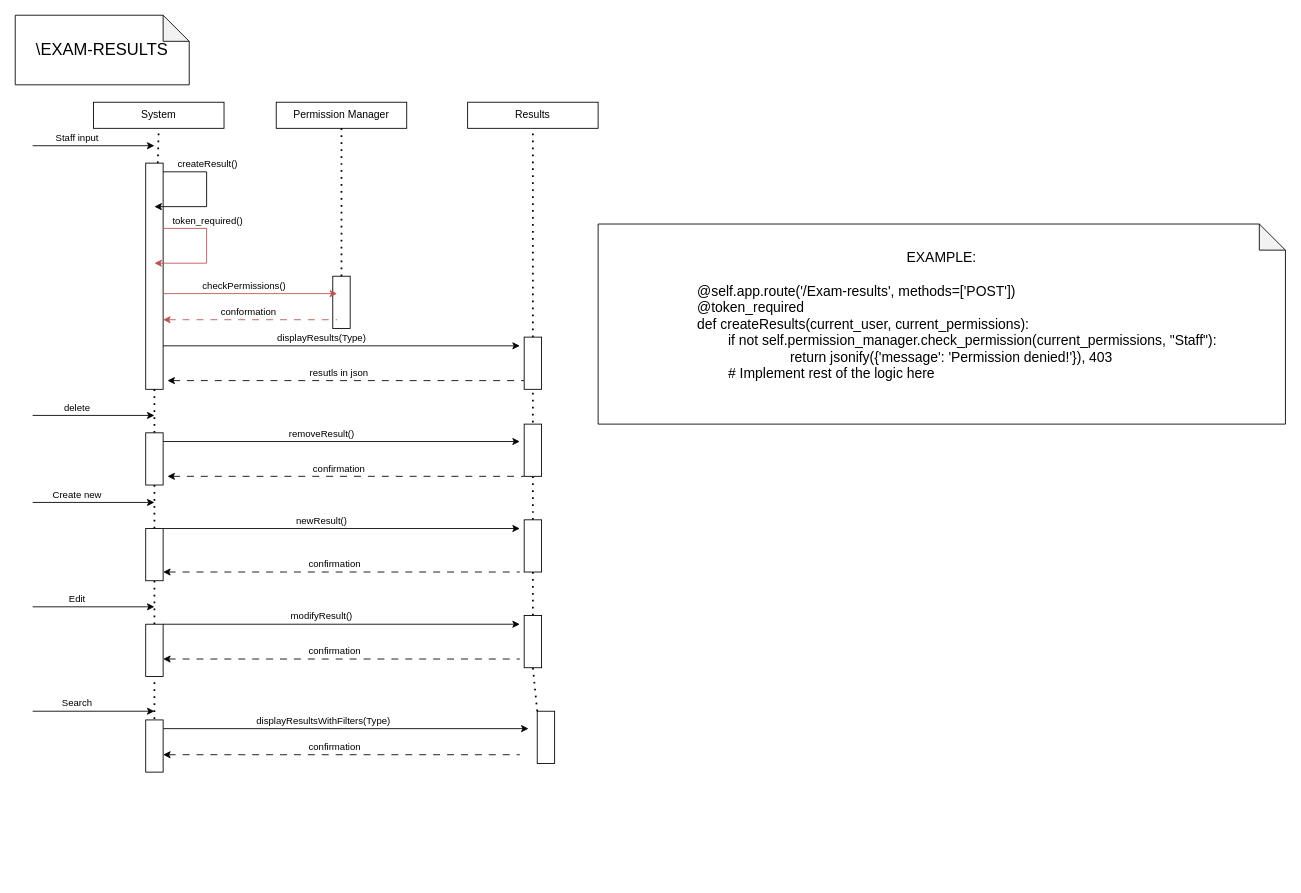
Before: Project_Documentation/sequence_design/Results.drawio in IndecentTulip/INFO2413, a draw.io diagram. Source tidied: cells renumbered, new cells numbered last; positions are measured from the earlier drawing's top-left corner, leaving out a move shared by most shapes. Both pictures are drawn from the tidied source at 87%, with x=0, y=0 at pixel (15, 15).
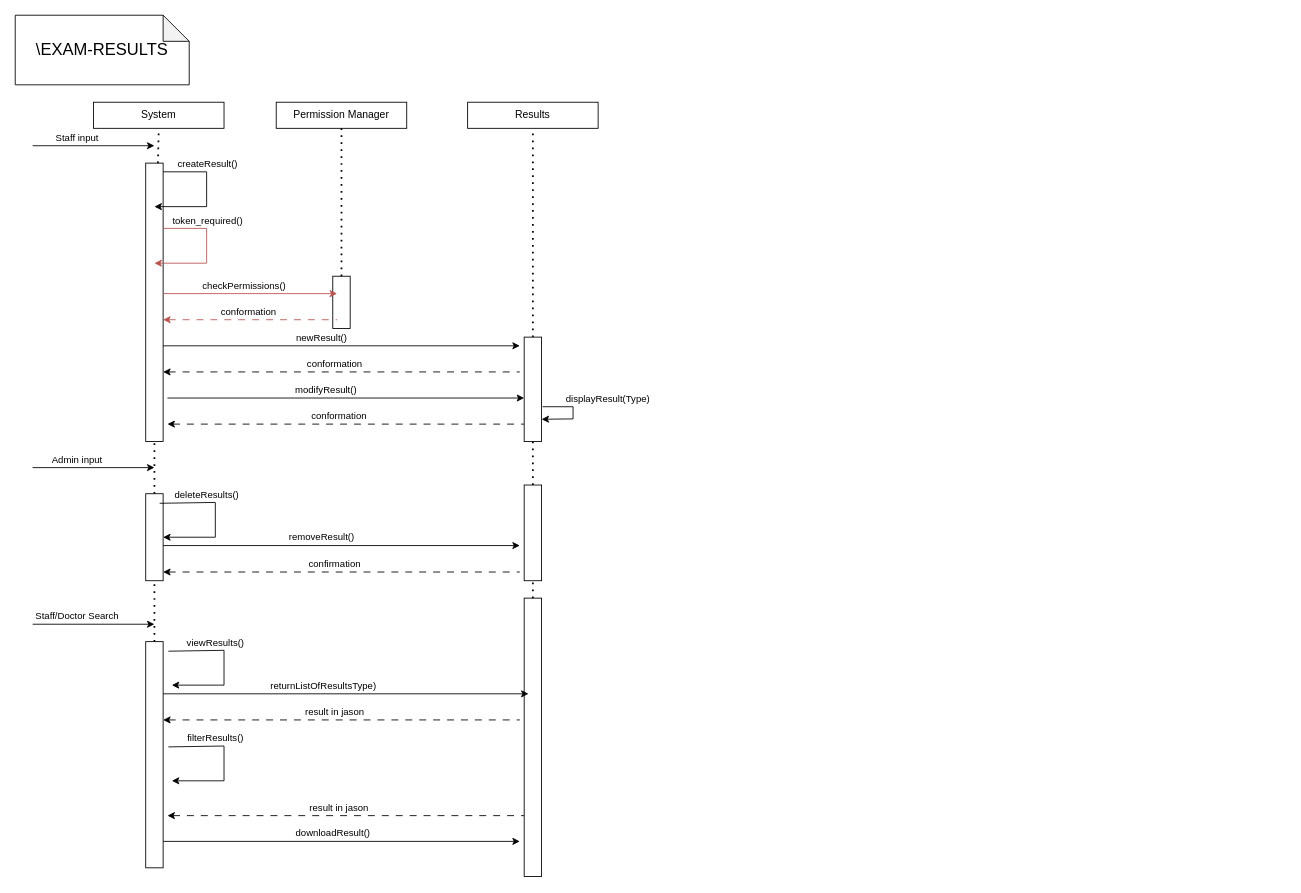
The same page after the edit.

Unchanged cells that the change refers to:
```xml
<mxCell id="11" style="endArrow=classic;html=1;rounded=0;" parent="1" edge="1">
  <mxGeometry relative="1" as="geometry">
    <mxPoint x="170" y="380" as="sourcePoint" />
    <mxPoint x="580" y="380" as="targetPoint" />
  </mxGeometry>
</mxCell>
```

What changed in the source:
```diff
@@
     <mxCell id="3" style="rounded=0;whiteSpace=wrap;html=1;" parent="1" vertex="1">
-      <mxGeometry x="150" y="170" width="20" height="260" as="geometry" />
+      <mxGeometry x="150" y="170" width="20" height="320" as="geometry" />
     </mxCell>
@@
-    <mxCell id="12" value="displayResults(Type)" style="edgeLabel;html=1;align=center;verticalAlign=middle;" parent="11" vertex="1">
+    <mxCell id="12" value="newResult()" style="edgeLabel;html=1;align=center;verticalAlign=middle;" parent="11" vertex="1">
       <mxGeometry x="-0.61" y="-2" relative="1" as="geometry">
         <mxPoint x="101" y="-12" as="offset" />
       </mxGeometry>
     </mxCell>
     <mxCell id="13" style="endArrow=none;html=1;rounded=0;dashed=1;dashPattern=8 8;startArrow=classic;startFill=1;endFill=0;" parent="1" edge="1">
       <mxGeometry relative="1" as="geometry">
-        <mxPoint x="175" y="420" as="sourcePoint" />
-        <mxPoint x="585" y="420" as="targetPoint" />
+        <mxPoint x="170" y="410" as="sourcePoint" />
+        <mxPoint x="580" y="410" as="targetPoint" />
       </mxGeometry>
     </mxCell>
-    <mxCell id="14" value="resutls in json" style="edgeLabel;html=1;align=center;verticalAlign=middle;" parent="13" vertex="1">
+    <mxCell id="14" value="conformation" style="edgeLabel;html=1;align=center;verticalAlign=middle;" parent="13" vertex="1">
       <mxGeometry x="0.3" y="2" relative="1" as="geometry">
         <mxPoint x="-71" y="-8" as="offset" />
       </mxGeometry>
     </mxCell>
@@
-    <mxCell id="18" style="endArrow=none;dashed=1;html=1;dashPattern=1 3;strokeWidth=2;rounded=0;entryX=0.5;entryY=1;entryDx=0;entryDy=0;" parent="1" edge="1" source="43" target="19">
+    <mxCell id="18" style="endArrow=none;dashed=1;html=1;dashPattern=1 3;strokeWidth=2;rounded=0;entryX=0.5;entryY=1;entryDx=0;entryDy=0;" parent="1" edge="1" source="41" target="19">
       <mxGeometry relative="1" as="geometry" />
     </mxCell>
     <mxCell id="19" style="rounded=0;whiteSpace=wrap;html=1;" parent="1" vertex="1">
-      <mxGeometry x="585" y="370" width="20" height="60" as="geometry" />
+      <mxGeometry x="585" y="370" width="20" height="120" as="geometry" />
     </mxCell>
@@
     <mxCell id="29" style="endArrow=classic;html=1;rounded=0;" parent="1" edge="1">
       <mxGeometry relative="1" as="geometry">
-        <mxPoint x="20" y="460" as="sourcePoint" />
-        <mxPoint x="160" y="460" as="targetPoint" />
+        <mxPoint x="20" y="520" as="sourcePoint" />
+        <mxPoint x="160" y="520" as="targetPoint" />
       </mxGeometry>
     </mxCell>
-    <mxCell id="30" value="delete" style="edgeLabel;html=1;align=center;verticalAlign=middle;" parent="29" vertex="1">
+    <mxCell id="30" value="Admin input" style="edgeLabel;html=1;align=center;verticalAlign=middle;" parent="29" vertex="1">
       <mxGeometry x="-0.61" y="-2" relative="1" as="geometry">
         <mxPoint x="23" y="-12" as="offset" />
       </mxGeometry>
     </mxCell>
-    <mxCell id="31" style="endArrow=classic;html=1;rounded=0;" parent="1" edge="1">
-      <mxGeometry relative="1" as="geometry">
-        <mxPoint x="20" y="560" as="sourcePoint" />
-        <mxPoint x="160" y="560" as="targetPoint" />
-      </mxGeometry>
-    </mxCell>
-    <mxCell id="32" value="Create new" style="edgeLabel;html=1;align=center;verticalAlign=middle;" parent="31" vertex="1">
-      <mxGeometry x="-0.61" y="-2" relative="1" as="geometry">
-        <mxPoint x="23" y="-12" as="offset" />
-      </mxGeometry>
-    </mxCell>
     <mxCell id="33" style="endArrow=classic;html=1;rounded=0;" parent="1" edge="1">
       <mxGeometry relative="1" as="geometry">
-        <mxPoint x="170" y="490" as="sourcePoint" />
-        <mxPoint x="580" y="490" as="targetPoint" />
+        <mxPoint x="170" y="609.6" as="sourcePoint" />
+        <mxPoint x="580" y="609.6" as="targetPoint" />
       </mxGeometry>
     </mxCell>
@@
     <mxCell id="35" style="endArrow=none;html=1;rounded=0;dashed=1;dashPattern=8 8;startArrow=classic;startFill=1;endFill=0;" parent="1" edge="1">
       <mxGeometry relative="1" as="geometry">
-        <mxPoint x="175" y="530" as="sourcePoint" />
-        <mxPoint x="585" y="530" as="targetPoint" />
+        <mxPoint x="170" y="640" as="sourcePoint" />
+        <mxPoint x="580" y="640" as="targetPoint" />
       </mxGeometry>
     </mxCell>
@@
-    <mxCell id="37" style="endArrow=classic;html=1;rounded=0;" parent="1" edge="1">
-      <mxGeometry relative="1" as="geometry">
-        <mxPoint x="170" y="590" as="sourcePoint" />
-        <mxPoint x="580" y="590" as="targetPoint" />
-      </mxGeometry>
-    </mxCell>
-    <mxCell id="38" value="newResult()" style="edgeLabel;html=1;align=center;verticalAlign=middle;" parent="37" vertex="1">
-      <mxGeometry x="-0.61" y="-2" relative="1" as="geometry">
-        <mxPoint x="101" y="-12" as="offset" />
-      </mxGeometry>
-    </mxCell>
-    <mxCell id="39" style="endArrow=none;html=1;rounded=0;dashed=1;dashPattern=8 8;startArrow=classic;startFill=1;endFill=0;" parent="1" edge="1">
-      <mxGeometry relative="1" as="geometry">
-        <mxPoint x="170" y="640" as="sourcePoint" />
-        <mxPoint x="580" y="640" as="targetPoint" />
-      </mxGeometry>
-    </mxCell>
-    <mxCell id="40" value="confirmation" style="edgeLabel;html=1;align=center;verticalAlign=middle;" parent="39" vertex="1">
-      <mxGeometry x="0.3" y="2" relative="1" as="geometry">
-        <mxPoint x="-71" y="-8" as="offset" />
-      </mxGeometry>
-    </mxCell>
-    <mxCell id="41" style="rounded=0;whiteSpace=wrap;html=1;" parent="1" vertex="1">
-      <mxGeometry x="585" y="470" width="20" height="60" as="geometry" />
-    </mxCell>
-    <mxCell id="42" style="endArrow=none;dashed=1;html=1;dashPattern=1 3;strokeWidth=2;rounded=0;entryX=0.5;entryY=1;entryDx=0;entryDy=0;" parent="1" edge="1" source="63" target="43">
-      <mxGeometry relative="1" as="geometry" />
+    <mxCell id="42" style="endArrow=none;dashed=1;html=1;dashPattern=1 3;strokeWidth=2;rounded=0;entryX=0.5;entryY=1;entryDx=0;entryDy=0;" parent="1" edge="1" target="43">
+      <mxGeometry relative="1" as="geometry">
+        <mxPoint x="595" y="850" as="sourcePoint" />
+      </mxGeometry>
     </mxCell>
     <mxCell id="43" style="rounded=0;whiteSpace=wrap;html=1;" parent="1" vertex="1">
-      <mxGeometry x="585" y="580" width="20" height="60" as="geometry" />
+      <mxGeometry x="585" y="670" width="20" height="320" as="geometry" />
     </mxCell>
@@
     <mxCell id="45" style="rounded=0;whiteSpace=wrap;html=1;" parent="1" vertex="1">
-      <mxGeometry x="150" y="480" width="20" height="60" as="geometry" />
+      <mxGeometry x="150" y="550" width="20" height="100" as="geometry" />
     </mxCell>
-    <mxCell id="46" style="endArrow=none;dashed=1;html=1;dashPattern=1 3;strokeWidth=2;rounded=0;entryX=0.5;entryY=1;entryDx=0;entryDy=0;" parent="1" edge="1" source="51" target="47">
-      <mxGeometry relative="1" as="geometry" />
+    <mxCell id="46" style="endArrow=none;dashed=1;html=1;dashPattern=1 3;strokeWidth=2;rounded=0;entryX=0.5;entryY=1;entryDx=0;entryDy=0;" parent="1" edge="1" target="47">
+      <mxGeometry relative="1" as="geometry">
+        <mxPoint x="160" y="860" as="sourcePoint" />
+      </mxGeometry>
     </mxCell>
     <mxCell id="47" style="rounded=0;whiteSpace=wrap;html=1;" parent="1" vertex="1">
-      <mxGeometry x="150" y="590" width="20" height="60" as="geometry" />
+      <mxGeometry x="150" y="720" width="20" height="260" as="geometry" />
     </mxCell>
-    <mxCell id="48" style="endArrow=classic;html=1;rounded=0;" parent="1" edge="1">
-      <mxGeometry relative="1" as="geometry">
-        <mxPoint x="20" y="680" as="sourcePoint" />
-        <mxPoint x="160" y="680" as="targetPoint" />
-      </mxGeometry>
-    </mxCell>
-    <mxCell id="49" value="Edit" style="edgeLabel;html=1;align=center;verticalAlign=middle;" parent="48" vertex="1">
-      <mxGeometry x="-0.61" y="-2" relative="1" as="geometry">
-        <mxPoint x="23" y="-12" as="offset" />
-      </mxGeometry>
-    </mxCell>
-    <mxCell id="50" style="endArrow=none;dashed=1;html=1;dashPattern=1 3;strokeWidth=2;rounded=0;entryX=0.5;entryY=1;entryDx=0;entryDy=0;" parent="1" edge="1" target="51">
-      <mxGeometry relative="1" as="geometry">
-        <mxPoint x="160" y="840.8" as="sourcePoint" />
-      </mxGeometry>
-    </mxCell>
-    <mxCell id="51" style="rounded=0;whiteSpace=wrap;html=1;" parent="1" vertex="1">
-      <mxGeometry x="150" y="700" width="20" height="60" as="geometry" />
-    </mxCell>
-    <mxCell id="52" style="endArrow=classic;html=1;rounded=0;" parent="1" edge="1">
-      <mxGeometry relative="1" as="geometry">
-        <mxPoint x="170" y="700" as="sourcePoint" />
-        <mxPoint x="580" y="700" as="targetPoint" />
-      </mxGeometry>
-    </mxCell>
-    <mxCell id="53" value="modifyResult()" style="edgeLabel;html=1;align=center;verticalAlign=middle;" parent="52" vertex="1">
-      <mxGeometry x="-0.61" y="-2" relative="1" as="geometry">
-        <mxPoint x="101" y="-12" as="offset" />
-      </mxGeometry>
-    </mxCell>
-    <mxCell id="54" style="endArrow=none;html=1;rounded=0;dashed=1;dashPattern=8 8;startArrow=classic;startFill=1;endFill=0;" parent="1" edge="1">
-      <mxGeometry relative="1" as="geometry">
-        <mxPoint x="170" y="740" as="sourcePoint" />
-        <mxPoint x="580" y="740" as="targetPoint" />
-      </mxGeometry>
-    </mxCell>
-    <mxCell id="55" value="confirmation" style="edgeLabel;html=1;align=center;verticalAlign=middle;" parent="54" vertex="1">
-      <mxGeometry x="0.3" y="2" relative="1" as="geometry">
-        <mxPoint x="-71" y="-8" as="offset" />
-      </mxGeometry>
-    </mxCell>
     <mxCell id="56" style="endArrow=classic;html=1;rounded=0;" parent="1" edge="1">
       <mxGeometry relative="1" as="geometry">
-        <mxPoint x="20" y="800" as="sourcePoint" />
-        <mxPoint x="160" y="800" as="targetPoint" />
+        <mxPoint x="20" y="700" as="sourcePoint" />
+        <mxPoint x="160" y="700" as="targetPoint" />
       </mxGeometry>
     </mxCell>
-    <mxCell id="57" value="Search" style="edgeLabel;html=1;align=center;verticalAlign=middle;" parent="56" vertex="1">
+    <mxCell id="57" value="Staff/Doctor Search" style="edgeLabel;html=1;align=center;verticalAlign=middle;" parent="56" vertex="1">
       <mxGeometry x="-0.61" y="-2" relative="1" as="geometry">
         <mxPoint x="23" y="-12" as="offset" />
       </mxGeometry>
     </mxCell>
-    <mxCell id="58" style="endArrow=classic;html=1;rounded=0;" parent="1" edge="1">
-      <mxGeometry relative="1" as="geometry">
-        <mxPoint x="170" y="820" as="sourcePoint" />
-        <mxPoint x="590" y="820" as="targetPoint" />
-      </mxGeometry>
-    </mxCell>
-    <mxCell id="59" value="displayResultsWithFilters(Type)" style="edgeLabel;html=1;align=center;verticalAlign=middle;" parent="58" vertex="1">
-      <mxGeometry x="-0.61" y="-2" relative="1" as="geometry">
-        <mxPoint x="101" y="-12" as="offset" />
-      </mxGeometry>
-    </mxCell>
-    <mxCell id="60" style="endArrow=none;html=1;rounded=0;dashed=1;dashPattern=8 8;startArrow=classic;startFill=1;endFill=0;" parent="1" edge="1">
-      <mxGeometry relative="1" as="geometry">
-        <mxPoint x="170" y="850" as="sourcePoint" />
-        <mxPoint x="580" y="850" as="targetPoint" />
-      </mxGeometry>
-    </mxCell>
-    <mxCell id="61" value="confirmation" style="edgeLabel;html=1;align=center;verticalAlign=middle;" parent="60" vertex="1">
-      <mxGeometry x="0.3" y="2" relative="1" as="geometry">
-        <mxPoint x="-71" y="-8" as="offset" />
-      </mxGeometry>
-    </mxCell>
-    <mxCell id="62" style="endArrow=none;dashed=1;html=1;dashPattern=1 3;strokeWidth=2;rounded=0;entryX=0.5;entryY=1;entryDx=0;entryDy=0;" parent="1" edge="1" target="63">
-      <mxGeometry relative="1" as="geometry">
-        <mxPoint x="600" y="800" as="sourcePoint" />
-      </mxGeometry>
-    </mxCell>
-    <mxCell id="63" style="rounded=0;whiteSpace=wrap;html=1;" parent="1" vertex="1">
-      <mxGeometry x="585" y="690" width="20" height="60" as="geometry" />
-    </mxCell>
-    <mxCell id="64" style="rounded=0;whiteSpace=wrap;html=1;" parent="1" vertex="1">
-      <mxGeometry x="600" y="800" width="20" height="60" as="geometry" />
-    </mxCell>
-    <mxCell id="65" style="rounded=0;whiteSpace=wrap;html=1;" parent="1" vertex="1">
-      <mxGeometry x="150" y="810" width="20" height="60" as="geometry" />
-    </mxCell>
-    <mxCell id="66" value="&lt;div style=&quot;font-size: 16px;&quot; align=&quot;center&quot;&gt;EXAMPLE:&lt;br style=&quot;font-size: 16px;&quot;&gt;&lt;/div&gt;&lt;div style=&quot;font-size: 16px;&quot; align=&quot;center&quot;&gt;&lt;br style=&quot;font-size: 16px;&quot;&gt;&lt;/div&gt;&lt;div style=&quot;font-size: 16px;&quot; align=&quot;left&quot;&gt;&amp;nbsp;&amp;nbsp;&amp;nbsp;&amp;nbsp;&amp;nbsp;&amp;nbsp;&amp;nbsp; @self.app.route('/Exam-results', methods=['POST'])&lt;br style=&quot;font-size: 16px;&quot;&gt;&amp;nbsp;&amp;nbsp;&amp;nbsp;&amp;nbsp;&amp;nbsp;&amp;nbsp;&amp;nbsp; @token_required&lt;br style=&quot;font-size: 16px;&quot;&gt;&amp;nbsp;&amp;nbsp;&amp;nbsp;&amp;nbsp;&amp;nbsp;&amp;nbsp;&amp;nbsp; def createResults(current_user, current_permissions):&lt;/div&gt;&lt;div style=&quot;font-size: 16px;&quot; align=&quot;left&quot;&gt;&lt;span style=&quot;white-space: pre; font-size: 16px;&quot;&gt;&#9;&lt;/span&gt;&lt;span style=&quot;white-space: pre; font-size: 16px;&quot;&gt;&#9;&lt;/span&gt;if not self.permission_manager.check_permission(current_permissions, &quot;Staff&quot;):&lt;br style=&quot;font-size: 16px;&quot;&gt;&amp;nbsp;&amp;nbsp;&amp;nbsp;&amp;nbsp;&amp;nbsp;&amp;nbsp;&amp;nbsp;&amp;nbsp;&amp;nbsp;&amp;nbsp;&amp;nbsp;&amp;nbsp;&amp;nbsp;&amp;nbsp;&amp;nbsp; &amp;nbsp;&amp;nbsp;&amp;nbsp;&amp;nbsp;&amp;nbsp;&amp;nbsp;&amp;nbsp;&amp;nbsp;&amp;nbsp;&amp;nbsp;&amp;nbsp;&amp;nbsp;&amp;nbsp;&amp;nbsp;&amp;nbsp; return jsonify({'message': 'Permission denied!'}), 403&lt;br style=&quot;font-size: 16px;&quot;&gt;&lt;/div&gt;&lt;div style=&quot;font-size: 16px;&quot; align=&quot;left&quot;&gt;&lt;span style=&quot;white-space: pre; font-size: 16px;&quot;&gt;&#9;&lt;/span&gt;&lt;span style=&quot;white-space: pre; font-size: 16px;&quot;&gt;&#9;&lt;/span&gt;# Implement rest of the logic here&lt;br style=&quot;font-size: 16px;&quot;&gt;&lt;br style=&quot;font-size: 16px;&quot;&gt;&lt;/div&gt;" style="shape=note;whiteSpace=wrap;html=1;backgroundOutline=1;darkOpacity=0.05;fontSize=16;" parent="1" vertex="1">
-      <mxGeometry x="670" y="240" width="790" height="230" as="geometry" />
-    </mxCell>
+    <mxCell id="67" style="endArrow=classic;html=1;rounded=0;" parent="1" edge="1">
+      <mxGeometry relative="1" as="geometry">
+        <mxPoint x="175" y="440" as="sourcePoint" />
+        <mxPoint x="585" y="440" as="targetPoint" />
+      </mxGeometry>
+    </mxCell>
+    <mxCell id="53" value="modifyResult()" style="edgeLabel;html=1;align=center;verticalAlign=middle;" parent="67" vertex="1">
+      <mxGeometry x="-0.61" y="-2" relative="1" as="geometry">
+        <mxPoint x="101" y="-12" as="offset" />
+      </mxGeometry>
+    </mxCell>
+    <mxCell id="68" style="endArrow=none;html=1;rounded=0;dashed=1;dashPattern=8 8;startArrow=classic;startFill=1;endFill=0;" parent="1" edge="1">
+      <mxGeometry relative="1" as="geometry">
+        <mxPoint x="175" y="470" as="sourcePoint" />
+        <mxPoint x="585" y="470" as="targetPoint" />
+      </mxGeometry>
+    </mxCell>
+    <mxCell id="69" value="conformation" style="edgeLabel;html=1;align=center;verticalAlign=middle;" parent="68" vertex="1">
+      <mxGeometry x="0.3" y="2" relative="1" as="geometry">
+        <mxPoint x="-71" y="-8" as="offset" />
+      </mxGeometry>
+    </mxCell>
+    <mxCell id="70" style="endArrow=none;dashed=1;html=1;dashPattern=1 3;strokeWidth=2;rounded=0;entryX=0.5;entryY=1;entryDx=0;entryDy=0;" parent="1" edge="1" source="43" target="41">
+      <mxGeometry relative="1" as="geometry" />
+    </mxCell>
+    <mxCell id="41" style="rounded=0;whiteSpace=wrap;html=1;" parent="1" vertex="1">
+      <mxGeometry x="585" y="540" width="20" height="110" as="geometry" />
+    </mxCell>
+    <mxCell id="71" style="endArrow=classic;html=1;rounded=0;" parent="1" edge="1">
+      <mxGeometry relative="1" as="geometry">
+        <mxPoint x="170" y="780" as="sourcePoint" />
+        <mxPoint x="590" y="780" as="targetPoint" />
+      </mxGeometry>
+    </mxCell>
+    <mxCell id="72" value="returnListOfResultsType)" style="edgeLabel;html=1;align=center;verticalAlign=middle;" parent="71" vertex="1">
+      <mxGeometry x="-0.61" y="-2" relative="1" as="geometry">
+        <mxPoint x="101" y="-12" as="offset" />
+      </mxGeometry>
+    </mxCell>
+    <mxCell id="73" style="edgeStyle=orthogonalEdgeStyle;rounded=0;orthogonalLoop=1;jettySize=auto;html=1;" parent="1" edge="1">
+      <mxGeometry relative="1" as="geometry">
+        <mxPoint x="170" y="949.6" as="sourcePoint" />
+        <mxPoint x="580" y="949.6" as="targetPoint" />
+        <Array as="points">
+          <mxPoint x="580" y="949.6" />
+        </Array>
+      </mxGeometry>
+    </mxCell>
+    <mxCell id="74" value="downloadResult()" style="edgeLabel;html=1;align=center;verticalAlign=middle;" parent="73" vertex="1">
+      <mxGeometry x="0.09" y="1" relative="1" as="geometry">
+        <mxPoint x="-29" y="-9" as="offset" />
+      </mxGeometry>
+    </mxCell>
+    <mxCell id="75" style="endArrow=none;html=1;rounded=0;dashed=1;dashPattern=8 8;startArrow=classic;startFill=1;endFill=0;" parent="1" edge="1">
+      <mxGeometry relative="1" as="geometry">
+        <mxPoint x="170" y="810" as="sourcePoint" />
+        <mxPoint x="580" y="810" as="targetPoint" />
+      </mxGeometry>
+    </mxCell>
+    <mxCell id="76" value="result in jason" style="edgeLabel;html=1;align=center;verticalAlign=middle;" parent="75" vertex="1">
+      <mxGeometry x="0.3" y="2" relative="1" as="geometry">
+        <mxPoint x="-71" y="-8" as="offset" />
+      </mxGeometry>
+    </mxCell>
+    <mxCell id="77" style="endArrow=none;html=1;rounded=0;dashed=1;dashPattern=8 8;startArrow=classic;startFill=1;endFill=0;" parent="1" edge="1">
+      <mxGeometry relative="1" as="geometry">
+        <mxPoint x="175" y="920" as="sourcePoint" />
+        <mxPoint x="585" y="920" as="targetPoint" />
+      </mxGeometry>
+    </mxCell>
+    <mxCell id="78" value="result in jason" style="edgeLabel;html=1;align=center;verticalAlign=middle;" parent="77" vertex="1">
+      <mxGeometry x="0.3" y="2" relative="1" as="geometry">
+        <mxPoint x="-71" y="-8" as="offset" />
+      </mxGeometry>
+    </mxCell>
+    <mxCell id="79" style="endArrow=classic;html=1;rounded=0;entryX=0.94;entryY=0.787;entryDx=0;entryDy=0;entryPerimeter=0;" parent="1" edge="1">
+      <mxGeometry relative="1" as="geometry">
+        <mxPoint x="606.2" y="450" as="sourcePoint" />
+        <mxPoint x="605" y="464.4" as="targetPoint" />
+        <Array as="points">
+          <mxPoint x="641.2" y="450" />
+          <mxPoint x="641.2" y="464" />
+        </Array>
+      </mxGeometry>
+    </mxCell>
+    <mxCell id="80" value="displayResult(Type)" style="edgeLabel;html=1;align=center;verticalAlign=middle;" parent="79" vertex="1">
+      <mxGeometry x="-0.61" y="-2" relative="1" as="geometry">
+        <mxPoint x="57" y="-12" as="offset" />
+      </mxGeometry>
+    </mxCell>
+    <mxCell id="81" style="endArrow=classic;html=1;rounded=0;exitX=0.8;exitY=0.11;exitDx=0;exitDy=0;exitPerimeter=0;" parent="1" edge="1" source="45">
+      <mxGeometry relative="1" as="geometry">
+        <mxPoint x="170" y="600" as="targetPoint" />
+        <Array as="points">
+          <mxPoint x="230" y="560" />
+          <mxPoint x="230" y="600" />
+        </Array>
+      </mxGeometry>
+    </mxCell>
+    <mxCell id="82" value="deleteResults()" style="edgeLabel;html=1;align=center;verticalAlign=middle;" parent="81" vertex="1">
+      <mxGeometry x="-0.61" y="-2" relative="1" as="geometry">
+        <mxPoint x="21" y="-12" as="offset" />
+      </mxGeometry>
+    </mxCell>
+    <mxCell id="83" style="endArrow=classic;html=1;rounded=0;exitX=0.8;exitY=0.11;exitDx=0;exitDy=0;exitPerimeter=0;" parent="1" edge="1">
+      <mxGeometry relative="1" as="geometry">
+        <mxPoint x="176" y="841" as="sourcePoint" />
+        <mxPoint x="180" y="880" as="targetPoint" />
+        <Array as="points">
+          <mxPoint x="240" y="840" />
+          <mxPoint x="240" y="880" />
+        </Array>
+      </mxGeometry>
+    </mxCell>
+    <mxCell id="84" value="filterResults()" style="edgeLabel;html=1;align=center;verticalAlign=middle;" parent="83" vertex="1">
+      <mxGeometry x="-0.61" y="-2" relative="1" as="geometry">
+        <mxPoint x="21" y="-12" as="offset" />
+      </mxGeometry>
+    </mxCell>
+    <mxCell id="85" style="endArrow=classic;html=1;rounded=0;exitX=0.8;exitY=0.11;exitDx=0;exitDy=0;exitPerimeter=0;" parent="1" edge="1">
+      <mxGeometry relative="1" as="geometry">
+        <mxPoint x="176" y="731" as="sourcePoint" />
+        <mxPoint x="180" y="770" as="targetPoint" />
+        <Array as="points">
+          <mxPoint x="240" y="730" />
+          <mxPoint x="240" y="770" />
+        </Array>
+      </mxGeometry>
+    </mxCell>
+    <mxCell id="86" value="viewResults()" style="edgeLabel;html=1;align=center;verticalAlign=middle;" parent="85" vertex="1">
+      <mxGeometry x="-0.61" y="-2" relative="1" as="geometry">
+        <mxPoint x="21" y="-12" as="offset" />
+      </mxGeometry>
+    </mxCell>
```
